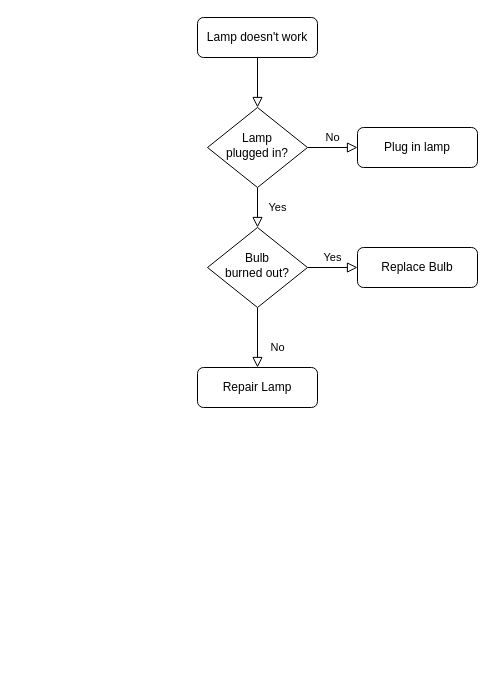
Above: Untitled Diagram.drawio in qishenli/GitBook (draw.io), before the change. Source tidied: cells renumbered, new cells numbered last; positions are measured from the earlier drawing's top-left corner, leaving out a move shared by most shapes. Both pictures are drawn from the tidied source at 100%, with x=0, y=0 at pixel (197, 17).
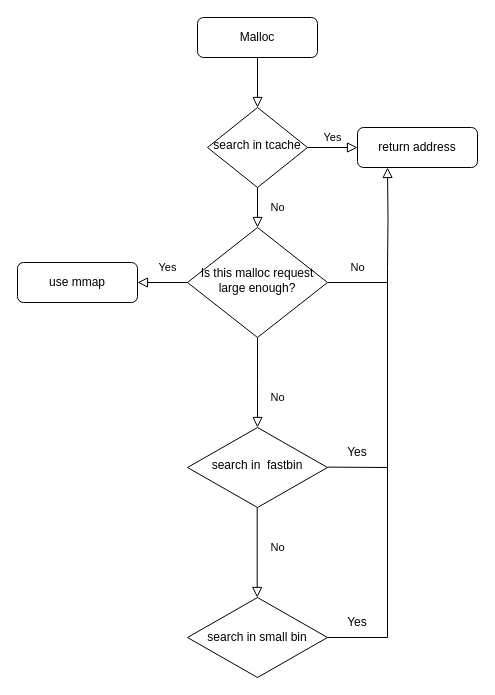
The same page after the edit.

Diff of the diagram source:
```diff
@@
-    <mxCell id="3" value="Lamp doesn't work" style="rounded=1;whiteSpace=wrap;html=1;fontSize=12;glass=0;strokeWidth=1;shadow=0;" parent="1" vertex="1">
+    <mxCell id="3" value="Malloc" style="rounded=1;whiteSpace=wrap;html=1;fontSize=12;glass=0;strokeWidth=1;shadow=0;" parent="1" vertex="1">
       <mxGeometry width="120" height="40" as="geometry" />
     </mxCell>
-    <mxCell id="4" value="Yes" style="rounded=0;html=1;jettySize=auto;fontSize=11;endArrow=block;endFill=0;endSize=8;strokeWidth=1;shadow=0;labelBackgroundColor=none;edgeStyle=orthogonalEdgeStyle;" parent="1" edge="1" source="6" target="10">
+    <mxCell id="4" value="No" style="rounded=0;html=1;jettySize=auto;fontSize=11;endArrow=block;endFill=0;endSize=8;strokeWidth=1;shadow=0;labelBackgroundColor=none;edgeStyle=orthogonalEdgeStyle;" parent="1" edge="1" source="6" target="10">
       <mxGeometry y="20" relative="1" as="geometry" />
     </mxCell>
-    <mxCell id="5" value="No" style="edgeStyle=orthogonalEdgeStyle;rounded=0;html=1;jettySize=auto;fontSize=11;endArrow=block;endFill=0;endSize=8;strokeWidth=1;shadow=0;labelBackgroundColor=none;" parent="1" edge="1" source="6" target="7">
+    <mxCell id="5" value="Yes" style="edgeStyle=orthogonalEdgeStyle;rounded=0;html=1;jettySize=auto;fontSize=11;endArrow=block;endFill=0;endSize=8;strokeWidth=1;shadow=0;labelBackgroundColor=none;" parent="1" edge="1" source="6" target="7">
       <mxGeometry y="10" relative="1" as="geometry" />
     </mxCell>
-    <mxCell id="6" value="Lamp&lt;br&gt;plugged in?" style="rhombus;whiteSpace=wrap;html=1;shadow=0;fontFamily=Helvetica;fontSize=12;align=center;strokeWidth=1;spacing=6;spacingTop=-4;" parent="1" vertex="1">
+    <mxCell id="6" value="search in tcache" style="rhombus;whiteSpace=wrap;html=1;shadow=0;fontFamily=Helvetica;fontSize=12;align=center;strokeWidth=1;spacing=6;spacingTop=-4;" parent="1" vertex="1">
       <mxGeometry x="10" y="90" width="100" height="80" as="geometry" />
     </mxCell>
-    <mxCell id="7" value="Plug in lamp" style="rounded=1;whiteSpace=wrap;html=1;fontSize=12;glass=0;strokeWidth=1;shadow=0;" parent="1" vertex="1">
+    <mxCell id="7" value="return address" style="rounded=1;whiteSpace=wrap;html=1;fontSize=12;glass=0;strokeWidth=1;shadow=0;" parent="1" vertex="1">
       <mxGeometry x="160" y="110" width="120" height="40" as="geometry" />
     </mxCell>
-    <mxCell id="8" value="No" style="rounded=0;html=1;jettySize=auto;fontSize=11;endArrow=block;endFill=0;endSize=8;strokeWidth=1;shadow=0;labelBackgroundColor=none;edgeStyle=orthogonalEdgeStyle;" parent="1" edge="1" source="10" target="11">
-      <mxGeometry x="0.33" y="20" relative="1" as="geometry" />
+    <mxCell id="8" value="No" style="rounded=0;html=1;jettySize=auto;fontSize=11;endArrow=block;endFill=0;endSize=8;strokeWidth=1;shadow=0;labelBackgroundColor=none;edgeStyle=orthogonalEdgeStyle;" parent="1" edge="1" source="10">
+      <mxGeometry x="0.33" y="20" relative="1" as="geometry">
+        <mxPoint x="60" y="410" as="targetPoint" />
+      </mxGeometry>
     </mxCell>
-    <mxCell id="9" value="Yes" style="edgeStyle=orthogonalEdgeStyle;rounded=0;html=1;jettySize=auto;fontSize=11;endArrow=block;endFill=0;endSize=8;strokeWidth=1;shadow=0;labelBackgroundColor=none;" parent="1" edge="1" source="10" target="12">
-      <mxGeometry y="10" relative="1" as="geometry" />
+    <mxCell id="9" value="Yes" style="edgeStyle=orthogonalEdgeStyle;rounded=0;html=1;jettySize=auto;fontSize=11;endArrow=block;endFill=0;endSize=8;strokeWidth=1;shadow=0;labelBackgroundColor=none;exitX=0;exitY=0.5;exitDx=0;exitDy=0;" parent="1" edge="1" source="10">
+      <mxGeometry x="-0.2" y="-15" relative="1" as="geometry">
+        <mxPoint x="-60" y="265" as="targetPoint" />
+        <Array as="points">
+          <mxPoint x="-50" y="265" />
+          <mxPoint x="-50" y="265" />
+        </Array>
+      </mxGeometry>
     </mxCell>
-    <mxCell id="10" value="Bulb&lt;br&gt;burned out?" style="rhombus;whiteSpace=wrap;html=1;shadow=0;fontFamily=Helvetica;fontSize=12;align=center;strokeWidth=1;spacing=6;spacingTop=-4;" parent="1" vertex="1">
-      <mxGeometry x="10" y="210" width="100" height="80" as="geometry" />
+    <mxCell id="10" value="Is this malloc request large enough?" style="rhombus;whiteSpace=wrap;html=1;shadow=0;fontFamily=Helvetica;fontSize=12;align=center;strokeWidth=1;spacing=6;spacingTop=-4;" parent="1" vertex="1">
+      <mxGeometry x="-10" y="210" width="140" height="110" as="geometry" />
     </mxCell>
-    <mxCell id="11" value="Repair Lamp" style="rounded=1;whiteSpace=wrap;html=1;fontSize=12;glass=0;strokeWidth=1;shadow=0;" parent="1" vertex="1">
-      <mxGeometry y="350" width="120" height="40" as="geometry" />
-    </mxCell>
-    <mxCell id="12" value="Replace Bulb" style="rounded=1;whiteSpace=wrap;html=1;fontSize=12;glass=0;strokeWidth=1;shadow=0;" parent="1" vertex="1">
-      <mxGeometry x="160" y="230" width="120" height="40" as="geometry" />
-    </mxCell>
+    <mxCell id="13" value="search in &amp;nbsp;fastbin" style="rhombus;whiteSpace=wrap;html=1;shadow=0;fontFamily=Helvetica;fontSize=12;align=center;strokeWidth=1;spacing=6;spacingTop=-4;" parent="1" vertex="1">
+      <mxGeometry x="-10" y="410" width="140" height="80" as="geometry" />
+    </mxCell>
+    <mxCell id="14" style="endArrow=none;html=1;rounded=0;" parent="1" edge="1">
+      <mxGeometry relative="1" as="geometry">
+        <mxPoint x="130" y="449.6" as="sourcePoint" />
+        <mxPoint x="190" y="450" as="targetPoint" />
+      </mxGeometry>
+    </mxCell>
+    <mxCell id="15" style="endArrow=none;html=1;rounded=0;" parent="1" edge="1">
+      <mxGeometry relative="1" as="geometry">
+        <mxPoint x="190" y="450" as="sourcePoint" />
+        <mxPoint x="190" y="250" as="targetPoint" />
+      </mxGeometry>
+    </mxCell>
+    <mxCell id="16" value="Yes" style="text;html=1;strokeColor=none;fillColor=none;align=center;verticalAlign=middle;whiteSpace=wrap;rounded=0;" parent="1" vertex="1">
+      <mxGeometry x="130" y="420" width="60" height="30" as="geometry" />
+    </mxCell>
+    <mxCell id="17" value="No" style="rounded=0;html=1;jettySize=auto;orthogonalLoop=1;fontSize=11;endArrow=block;endFill=0;endSize=8;strokeWidth=1;shadow=0;labelBackgroundColor=none;edgeStyle=orthogonalEdgeStyle;" parent="1" edge="1">
+      <mxGeometry x="-0.11" y="20" relative="1" as="geometry">
+        <mxPoint x="59.7" y="490" as="sourcePoint" />
+        <mxPoint x="59.7" y="580" as="targetPoint" />
+      </mxGeometry>
+    </mxCell>
+    <mxCell id="18" value="search in small bin" style="rhombus;whiteSpace=wrap;html=1;" parent="1" vertex="1">
+      <mxGeometry x="-10" y="580" width="140" height="80" as="geometry" />
+    </mxCell>
+    <mxCell id="19" style="endArrow=none;html=1;rounded=0;exitX=1;exitY=0.5;exitDx=0;exitDy=0;" parent="1" edge="1" source="18">
+      <mxGeometry relative="1" as="geometry">
+        <mxPoint x="190" y="620" as="targetPoint" />
+      </mxGeometry>
+    </mxCell>
+    <mxCell id="20" style="endArrow=none;html=1;rounded=0;entryX=1;entryY=1;entryDx=0;entryDy=0;" parent="1" edge="1" target="16">
+      <mxGeometry relative="1" as="geometry">
+        <mxPoint x="190" y="620" as="sourcePoint" />
+      </mxGeometry>
+    </mxCell>
+    <mxCell id="21" value="Yes" style="text;html=1;strokeColor=none;fillColor=none;align=center;verticalAlign=middle;whiteSpace=wrap;rounded=0;" parent="1" vertex="1">
+      <mxGeometry x="130" y="590" width="60" height="30" as="geometry" />
+    </mxCell>
+    <mxCell id="22" value="use mmap" style="rounded=1;whiteSpace=wrap;html=1;fontSize=12;glass=0;strokeWidth=1;shadow=0;" parent="1" vertex="1">
+      <mxGeometry x="-180" y="245" width="120" height="40" as="geometry" />
+    </mxCell>
+    <mxCell id="23" value="No" style="rounded=0;html=1;jettySize=auto;fontSize=11;endArrow=block;endFill=0;endSize=8;strokeWidth=1;shadow=0;labelBackgroundColor=none;edgeStyle=orthogonalEdgeStyle;entryX=0.25;entryY=1;entryDx=0;entryDy=0;" parent="1" edge="1" target="7">
+      <mxGeometry x="-1" y="30" relative="1" as="geometry">
+        <mxPoint x="190" y="250" as="sourcePoint" />
+      </mxGeometry>
+    </mxCell>
+    <mxCell id="24" style="endArrow=none;html=1;rounded=0;exitX=1;exitY=0.5;exitDx=0;exitDy=0;" parent="1" edge="1" source="10">
+      <mxGeometry relative="1" as="geometry">
+        <mxPoint x="190" y="265" as="targetPoint" />
+      </mxGeometry>
+    </mxCell>
```
